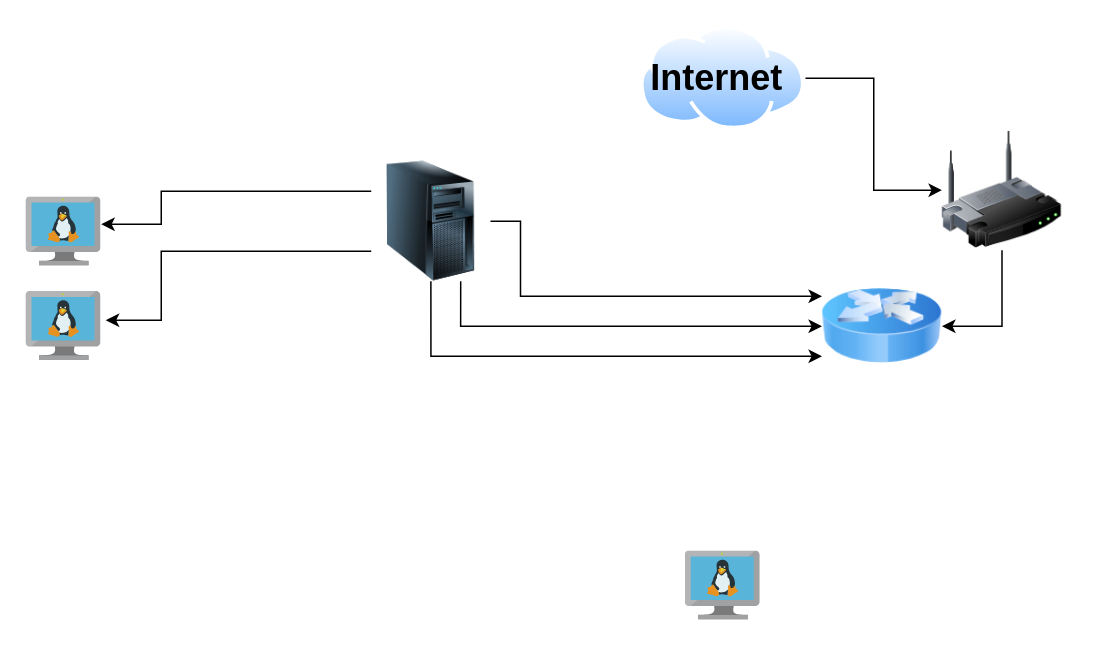
The draw.io diagram Diagrama sem nome.drawio in jarmis0n/ProjetoNebula, before the edit. Source tidied: cells renumbered, new cells numbered last; positions are measured from the earlier drawing's top-left corner, leaving out a move shared by most shapes. Both pictures are drawn from the tidied source at 150%, with x=0, y=0 at pixel (26, 26).
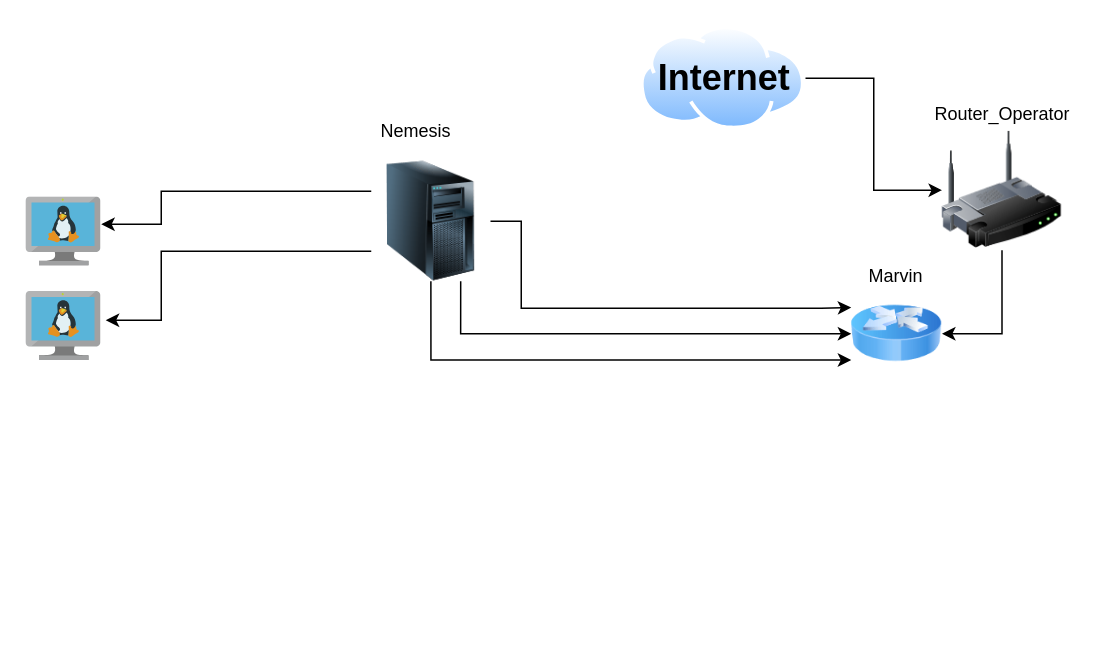
The same diagram, later.

The change refers to these unchanged cells:
```xml
<mxCell id="9" style="image;html=1;image=img/lib/clip_art/computers/Server_Tower_128x128.png;" parent="1" vertex="1">
  <mxGeometry x="230" y="90" width="79.5" height="80" as="geometry" />
</mxCell>
```

Change to the diagram source:
```diff
@@
     <mxCell id="6" style="image;html=1;image=img/lib/clip_art/networking/Router_Icon_128x128.png;" parent="1" vertex="1">
-      <mxGeometry x="530.5" y="160" width="80" height="80" as="geometry" />
+      <mxGeometry x="550" y="170" width="60.5" height="70" as="geometry" />
     </mxCell>
@@
     <mxCell id="8" style="edgeStyle=orthogonalEdgeStyle;rounded=0;jettySize=auto;html=1;exitX=1;exitY=0.5;exitDx=0;exitDy=0;entryX=0;entryY=0.25;entryDx=0;entryDy=0;" parent="1" edge="1" source="9" target="6">
       <mxGeometry relative="1" as="geometry">
         <Array as="points">
-          <mxPoint x="329.5" y="130" />
-          <mxPoint x="329.5" y="180" />
+          <mxPoint x="330" y="130" />
+          <mxPoint x="330" y="188" />
+          <mxPoint x="530" y="188" />
         </Array>
       </mxGeometry>
     </mxCell>
@@
     <mxCell id="11" value="&lt;font style=&quot;color: light-dark(rgb(0, 0, 0), rgb(0, 0, 0));&quot;&gt;Internet&lt;/font&gt;" style="text;strokeColor=none;fillColor=none;html=1;fontSize=24;fontStyle=1;verticalAlign=middle;align=center;" parent="1" vertex="1">
-      <mxGeometry x="409.5" y="14.7" width="100" height="40" as="geometry" />
+      <mxGeometry x="429.8" y="22.3" width="69.5" height="24.6" as="geometry" />
     </mxCell>
@@
-    <mxCell id="14" style="image;sketch=0;html=1;align=center;fontSize=12;image=img/lib/mscae/VM_Linux.svg;" parent="1" vertex="1">
-      <mxGeometry x="439.5" y="350" width="50" height="46" as="geometry" />
-    </mxCell>
@@
+    <mxCell id="17" value="Nemesis" style="text;html=1;strokeColor=none;fillColor=none;align=center;verticalAlign=middle;whiteSpace=wrap;overflow=hidden;" parent="1" vertex="1">
+      <mxGeometry x="220" y="60" width="80" height="20" as="geometry" />
+    </mxCell>
+    <mxCell id="18" value="Marvin" style="text;html=1;strokeColor=none;fillColor=none;align=center;verticalAlign=middle;whiteSpace=wrap;overflow=hidden;" parent="1" vertex="1">
+      <mxGeometry x="540.2" y="157" width="80" height="20" as="geometry" />
+    </mxCell>
+    <mxCell id="19" value="Router_Operator" style="text;html=1;strokeColor=none;fillColor=none;align=center;verticalAlign=middle;whiteSpace=wrap;overflow=hidden;" parent="1" vertex="1">
+      <mxGeometry x="595.8" y="49.3" width="109.5" height="20" as="geometry" />
+    </mxCell>
```
